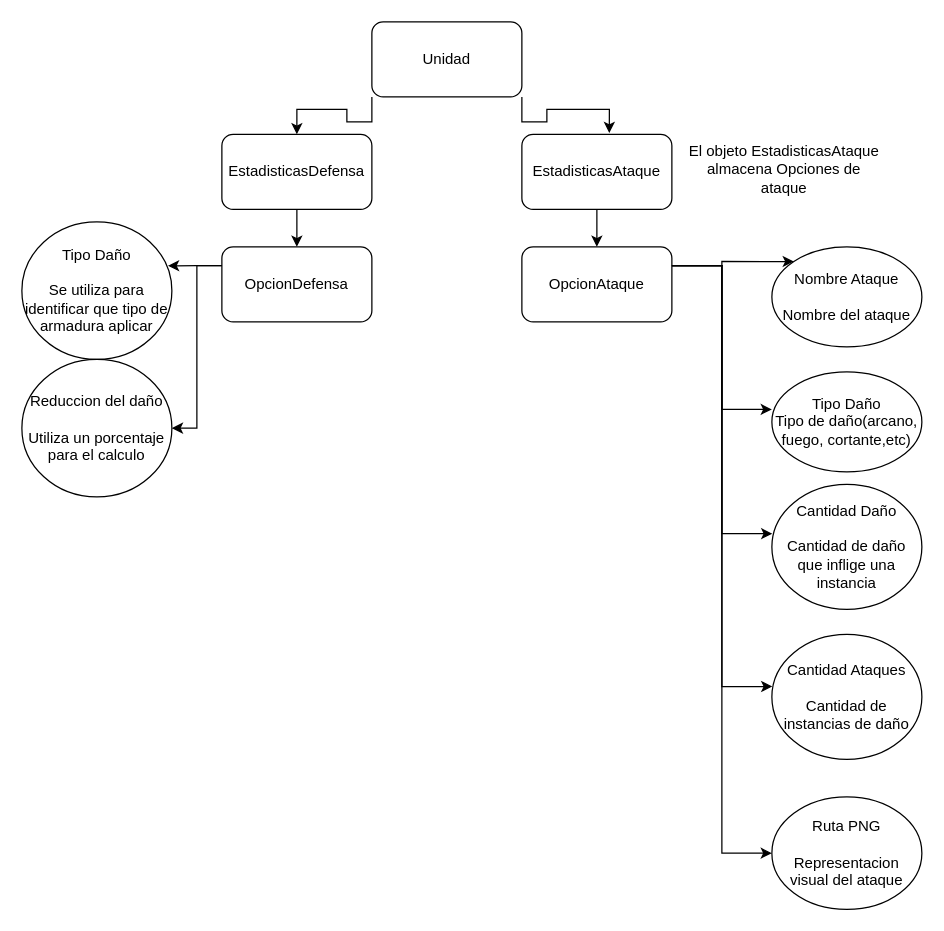
Above: Documentacion/Unidad/ObjetoUnidadPropiedades.drawio in QuaaDev/Proyecto-Wesnoth (draw.io), before the change. Source tidied: cells renumbered, new cells numbered last; positions are measured from the earlier drawing's top-left corner, leaving out a move shared by most shapes. Both pictures are drawn from the tidied source at 125%, with x=0, y=0 at pixel (21, 21).
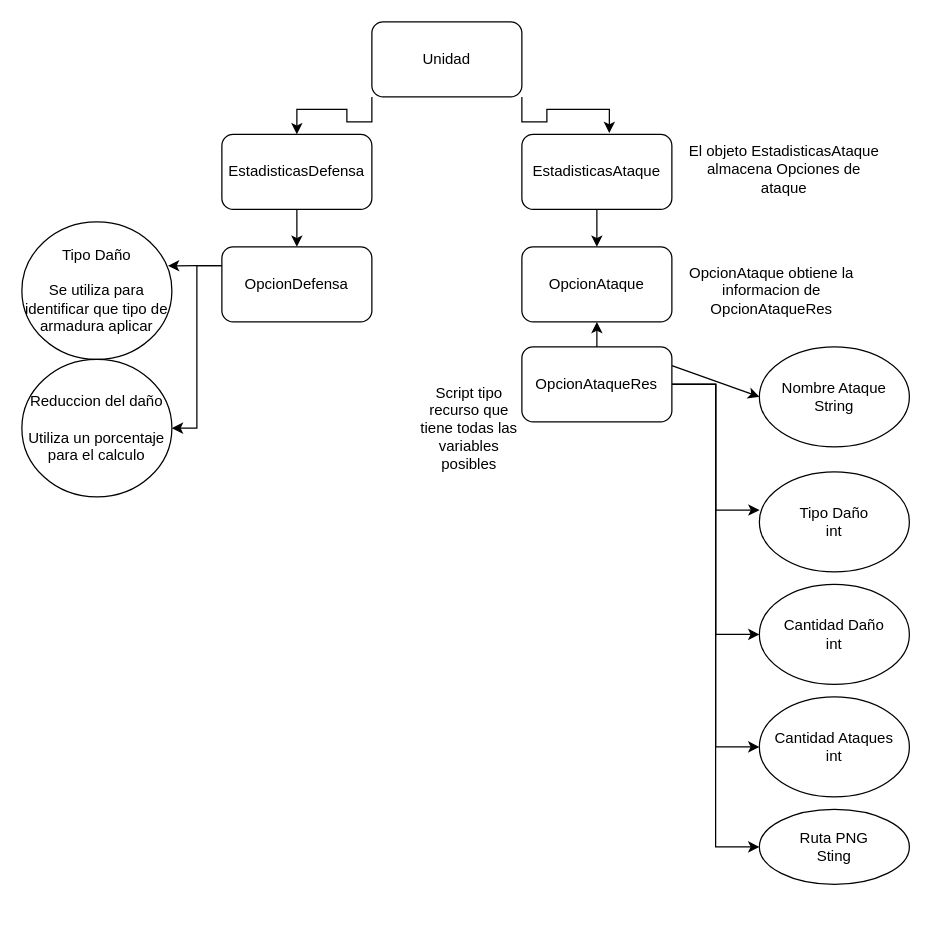
Above is the later version.

The change refers to these unchanged cells:
```xml
<mxCell id="16" value="OpcionAtaque" style="rounded=1;whiteSpace=wrap;html=1;" parent="1" vertex="1">
  <mxGeometry x="400" y="180" width="120" height="60" as="geometry" />
</mxCell>
```

Diff of the diagram source:
```diff
@@
-    <mxCell id="9" value="Nombre Ataque&lt;div&gt;&lt;br&gt;&lt;/div&gt;&lt;div&gt;Nombre del ataque&lt;/div&gt;" style="ellipse;whiteSpace=wrap;html=1;" parent="1" vertex="1">
-      <mxGeometry x="600" y="180" width="120" height="80" as="geometry" />
+    <mxCell id="9" value="Nombre Ataque&lt;div&gt;String&lt;/div&gt;" style="ellipse;whiteSpace=wrap;html=1;" parent="1" vertex="1">
+      <mxGeometry x="590" y="260" width="120" height="80" as="geometry" />
     </mxCell>
-    <mxCell id="10" value="Tipo Daño&lt;div&gt;Tipo de daño(arcano, fuego, cortante,etc)&lt;/div&gt;" style="ellipse;whiteSpace=wrap;html=1;" parent="1" vertex="1">
-      <mxGeometry x="600" y="280" width="120" height="80" as="geometry" />
+    <mxCell id="10" value="Tipo Daño&lt;div&gt;int&lt;/div&gt;" style="ellipse;whiteSpace=wrap;html=1;" parent="1" vertex="1">
+      <mxGeometry x="590" y="360" width="120" height="80" as="geometry" />
     </mxCell>
-    <mxCell id="11" value="Cantidad Daño&lt;div&gt;&lt;br&gt;&lt;div&gt;Cantidad de daño que inflige una instancia&lt;/div&gt;&lt;/div&gt;" style="ellipse;whiteSpace=wrap;html=1;" parent="1" vertex="1">
-      <mxGeometry x="600" y="370" width="120" height="100" as="geometry" />
+    <mxCell id="11" value="Cantidad Daño&lt;div&gt;&lt;div&gt;int&lt;/div&gt;&lt;/div&gt;" style="ellipse;whiteSpace=wrap;html=1;" parent="1" vertex="1">
+      <mxGeometry x="590" y="450" width="120" height="80" as="geometry" />
     </mxCell>
-    <mxCell id="12" value="Cantidad Ataques&lt;div&gt;&lt;br&gt;&lt;div&gt;Cantidad de instancias de daño&lt;/div&gt;&lt;/div&gt;" style="ellipse;whiteSpace=wrap;html=1;" parent="1" vertex="1">
-      <mxGeometry x="600" y="490" width="120" height="100" as="geometry" />
+    <mxCell id="12" value="Cantidad Ataques&lt;div&gt;&lt;div&gt;int&lt;/div&gt;&lt;/div&gt;" style="ellipse;whiteSpace=wrap;html=1;" parent="1" vertex="1">
+      <mxGeometry x="590" y="540" width="120" height="80" as="geometry" />
     </mxCell>
-    <mxCell id="13" value="Ruta PNG&lt;div&gt;&lt;br&gt;&lt;/div&gt;&lt;div&gt;Representacion visual del ataque&lt;/div&gt;" style="ellipse;whiteSpace=wrap;html=1;" parent="1" vertex="1">
-      <mxGeometry x="600" y="620" width="120" height="90" as="geometry" />
+    <mxCell id="13" value="Ruta PNG&lt;div&gt;Sting&lt;/div&gt;" style="ellipse;whiteSpace=wrap;html=1;" parent="1" vertex="1">
+      <mxGeometry x="590" y="630" width="120" height="60" as="geometry" />
     </mxCell>
-    <mxCell id="14" style="edgeStyle=orthogonalEdgeStyle;rounded=0;jettySize=auto;html=1;exitX=1;exitY=0.25;exitDx=0;exitDy=0;entryX=0;entryY=0;entryDx=0;entryDy=0;" parent="1" edge="1" source="16" target="9">
-      <mxGeometry relative="1" as="geometry" />
-    </mxCell>
-    <mxCell id="15" style="edgeStyle=orthogonalEdgeStyle;rounded=0;jettySize=auto;html=1;exitX=1;exitY=0.25;exitDx=0;exitDy=0;entryX=0;entryY=0.5;entryDx=0;entryDy=0;" parent="1" edge="1" source="16" target="13">
-      <mxGeometry relative="1" as="geometry" />
-    </mxCell>
@@
-    <mxCell id="17" style="edgeStyle=orthogonalEdgeStyle;rounded=0;jettySize=auto;html=1;exitX=1;exitY=0.25;exitDx=0;exitDy=0;entryX=0;entryY=0.375;entryDx=0;entryDy=0;entryPerimeter=0;" parent="1" edge="1" source="16" target="10">
-      <mxGeometry relative="1" as="geometry" />
-    </mxCell>
-    <mxCell id="18" style="edgeStyle=orthogonalEdgeStyle;rounded=0;jettySize=auto;html=1;exitX=1;exitY=0.25;exitDx=0;exitDy=0;entryX=0.003;entryY=0.394;entryDx=0;entryDy=0;entryPerimeter=0;" parent="1" edge="1" source="16" target="11">
-      <mxGeometry relative="1" as="geometry" />
-    </mxCell>
-    <mxCell id="19" style="edgeStyle=orthogonalEdgeStyle;rounded=0;jettySize=auto;html=1;exitX=1;exitY=0.25;exitDx=0;exitDy=0;entryX=0.003;entryY=0.417;entryDx=0;entryDy=0;entryPerimeter=0;" parent="1" edge="1" source="16" target="12">
-      <mxGeometry relative="1" as="geometry" />
-    </mxCell>
@@
+    <mxCell id="26" style="rounded=0;jettySize=auto;html=1;exitX=1;exitY=0.25;exitDx=0;exitDy=0;entryX=0;entryY=0.5;entryDx=0;entryDy=0;" parent="1" edge="1" source="31" target="9">
+      <mxGeometry relative="1" as="geometry" />
+    </mxCell>
+    <mxCell id="27" style="edgeStyle=orthogonalEdgeStyle;rounded=0;jettySize=auto;html=1;exitX=1;exitY=0.5;exitDx=0;exitDy=0;entryX=0;entryY=0.5;entryDx=0;entryDy=0;" parent="1" edge="1" source="31" target="11">
+      <mxGeometry relative="1" as="geometry" />
+    </mxCell>
+    <mxCell id="28" style="edgeStyle=orthogonalEdgeStyle;rounded=0;jettySize=auto;html=1;exitX=1;exitY=0.5;exitDx=0;exitDy=0;entryX=0;entryY=0.5;entryDx=0;entryDy=0;" parent="1" edge="1" source="31" target="12">
+      <mxGeometry relative="1" as="geometry" />
+    </mxCell>
+    <mxCell id="29" style="edgeStyle=orthogonalEdgeStyle;rounded=0;jettySize=auto;html=1;exitX=1;exitY=0.5;exitDx=0;exitDy=0;entryX=0;entryY=0.5;entryDx=0;entryDy=0;" parent="1" edge="1" source="31" target="13">
+      <mxGeometry relative="1" as="geometry" />
+    </mxCell>
+    <mxCell id="30" style="edgeStyle=orthogonalEdgeStyle;rounded=0;jettySize=auto;html=1;exitX=0.5;exitY=0;exitDx=0;exitDy=0;entryX=0.5;entryY=1;entryDx=0;entryDy=0;" parent="1" edge="1" source="31" target="16">
+      <mxGeometry relative="1" as="geometry" />
+    </mxCell>
+    <mxCell id="31" value="OpcionAtaqueRes" style="rounded=1;whiteSpace=wrap;html=1;" parent="1" vertex="1">
+      <mxGeometry x="400" y="260" width="120" height="60" as="geometry" />
+    </mxCell>
+    <mxCell id="32" style="edgeStyle=orthogonalEdgeStyle;rounded=0;jettySize=auto;html=1;exitX=1;exitY=0.5;exitDx=0;exitDy=0;entryX=0.001;entryY=0.382;entryDx=0;entryDy=0;entryPerimeter=0;" parent="1" edge="1" source="31" target="10">
+      <mxGeometry relative="1" as="geometry" />
+    </mxCell>
+    <mxCell id="33" value="Script tipo recurso que tiene todas las variables posibles" style="text;html=1;whiteSpace=wrap;strokeColor=none;fillColor=none;align=center;verticalAlign=middle;rounded=0;" parent="1" vertex="1">
+      <mxGeometry x="316" y="255" width="84" height="140" as="geometry" />
+    </mxCell>
+    <mxCell id="34" value="OpcionAtaque obtiene la informacion de OpcionAtaqueRes" style="text;html=1;whiteSpace=wrap;strokeColor=none;fillColor=none;align=center;verticalAlign=middle;rounded=0;" parent="1" vertex="1">
+      <mxGeometry x="530" y="200" width="140" height="30" as="geometry" />
+    </mxCell>
```
